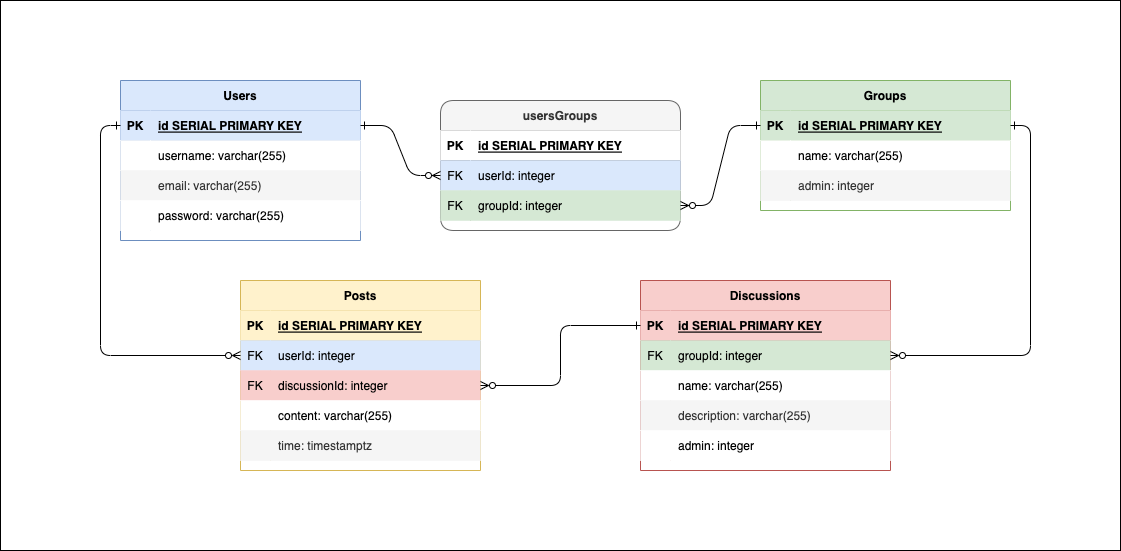
The draw.io diagram assets/ERD.drawio.png in philjang/linkup_server, before a commit. Source tidied: cells renumbered, new cells last; positions are measured from the earlier drawing's top-left corner, leaving out a move shared by most shapes.
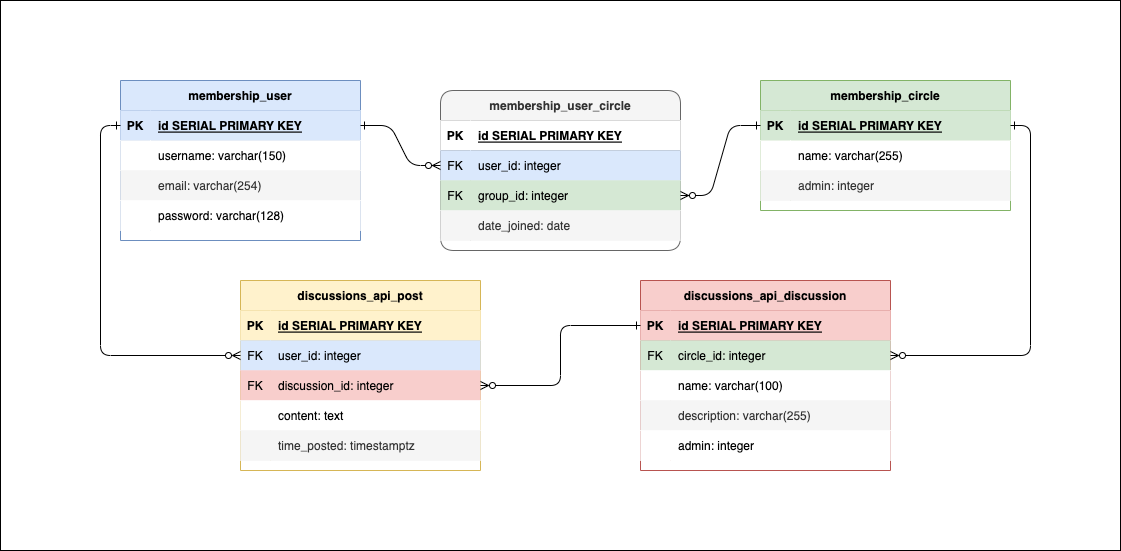
The same file after the commit.

Diff of the diagram source:
```diff
@@ -6,7 +6,7 @@
       <mxGeometry width="1120" height="550" as="geometry" />
     </mxCell>
     <mxCell id="3" parent="0" />
-    <mxCell id="4" value="Discussions" style="shape=table;startSize=30;rowLines=0;fontStyle=1;align=center;labelBackgroundColor=none;fillColor=#f8cecc;strokeColor=#b85450;" parent="3" vertex="1">
+    <mxCell id="4" value="discussions_api_discussion" style="shape=table;startSize=30;rowLines=0;fontStyle=1;align=center;labelBackgroundColor=none;fillColor=#f8cecc;strokeColor=#b85450;" parent="3" vertex="1">
       <mxGeometry x="640" y="280" width="250" height="190" as="geometry" />
     </mxCell>
     <mxCell id="5" style="shape=partialRectangle;fillColor=#f8cecc;points=[[0,0.5],[1,0.5]];portConstraint=eastwest;top=0;left=0;right=0;bottom=1;labelBackgroundColor=none;strokeColor=#b85450;" parent="4" vertex="1">
@@ -24,7 +24,7 @@
     <mxCell id="9" value="FK" style="shape=partialRectangle;overflow=hidden;fillColor=#d5e8d4;top=0;left=0;bottom=0;right=0;labelBackgroundColor=none;strokeColor=#82b366;" parent="8" vertex="1">
       <mxGeometry width="30" height="30" as="geometry" />
     </mxCell>
-    <mxCell id="10" value="groupId: integer" style="shape=partialRectangle;overflow=hidden;fillColor=#d5e8d4;top=0;left=0;bottom=0;right=0;align=left;spacingLeft=6;labelBackgroundColor=none;strokeColor=#82b366;" parent="8" vertex="1">
+    <mxCell id="10" value="circle_id: integer" style="shape=partialRectangle;overflow=hidden;fillColor=#d5e8d4;top=0;left=0;bottom=0;right=0;align=left;spacingLeft=6;labelBackgroundColor=none;strokeColor=#82b366;" parent="8" vertex="1">
       <mxGeometry x="30" width="220" height="30" as="geometry" />
     </mxCell>
     <mxCell id="11" style="shape=tableRow;horizontal=0;startSize=0;swimlaneHead=0;swimlaneBody=0;top=0;left=0;right=0;bottom=0;rounded=1;shadow=0;labelBackgroundColor=none;" parent="4" vertex="1">
@@ -33,7 +33,7 @@
     <mxCell id="12" style="shape=partialRectangle;top=0;left=0;bottom=0;right=0;overflow=hidden;rounded=1;shadow=0;labelBackgroundColor=none;" parent="11" vertex="1">
       <mxGeometry width="30" height="30" as="geometry" />
     </mxCell>
-    <mxCell id="13" value="name: varchar(255)" style="shape=partialRectangle;top=0;left=0;bottom=0;right=0;align=left;spacingLeft=6;overflow=hidden;rounded=1;shadow=0;labelBackgroundColor=none;" parent="11" vertex="1">
+    <mxCell id="13" value="name: varchar(100)" style="shape=partialRectangle;top=0;left=0;bottom=0;right=0;align=left;spacingLeft=6;overflow=hidden;rounded=1;shadow=0;labelBackgroundColor=none;" parent="11" vertex="1">
       <mxGeometry x="30" width="220" height="30" as="geometry" />
     </mxCell>
     <mxCell id="14" style="shape=partialRectangle;fillColor=#f5f5f5;top=0;left=0;right=0;bottom=0;labelBackgroundColor=none;fontColor=#333333;strokeColor=#666666;" parent="4" vertex="1">
@@ -54,7 +54,7 @@
     <mxCell id="19" value="admin: integer" style="shape=partialRectangle;top=0;left=0;bottom=0;right=0;align=left;spacingLeft=6;overflow=hidden;rounded=1;shadow=0;labelBackgroundColor=none;" parent="17" vertex="1">
       <mxGeometry x="30" width="220" height="30" as="geometry" />
     </mxCell>
-    <mxCell id="20" value="Posts" style="shape=table;startSize=30;rowLines=0;fontStyle=1;align=center;labelBackgroundColor=none;fillColor=#fff2cc;strokeColor=#d6b656;" parent="3" vertex="1">
+    <mxCell id="20" value="discussions_api_post" style="shape=table;startSize=30;rowLines=0;fontStyle=1;align=center;labelBackgroundColor=none;fillColor=#fff2cc;strokeColor=#d6b656;" parent="3" vertex="1">
       <mxGeometry x="240" y="280" width="240" height="190" as="geometry" />
     </mxCell>
     <mxCell id="21" style="shape=partialRectangle;fillColor=#fff2cc;top=0;left=0;right=0;bottom=1;labelBackgroundColor=none;strokeColor=#d6b656;" parent="20" vertex="1">
@@ -72,7 +72,7 @@
     <mxCell id="25" value="FK" style="shape=partialRectangle;overflow=hidden;fillColor=#dae8fc;top=0;left=0;bottom=0;right=0;labelBackgroundColor=none;strokeColor=#6c8ebf;" parent="24" vertex="1">
       <mxGeometry width="30" height="30" as="geometry" />
     </mxCell>
-    <mxCell id="26" value="userId: integer" style="shape=partialRectangle;overflow=hidden;fillColor=#dae8fc;top=0;left=0;bottom=0;right=0;align=left;spacingLeft=6;labelBackgroundColor=none;strokeColor=#6c8ebf;" parent="24" vertex="1">
+    <mxCell id="26" value="user_id: integer" style="shape=partialRectangle;overflow=hidden;fillColor=#dae8fc;top=0;left=0;bottom=0;right=0;align=left;spacingLeft=6;labelBackgroundColor=none;strokeColor=#6c8ebf;" parent="24" vertex="1">
       <mxGeometry x="30" width="210" height="30" as="geometry" />
     </mxCell>
     <mxCell id="27" style="shape=partialRectangle;fillColor=#f8cecc;points=[[0,0.5],[1,0.5]];portConstraint=eastwest;top=0;left=0;right=0;bottom=0;labelBackgroundColor=none;strokeColor=#b85450;" parent="20" vertex="1">
@@ -81,7 +81,7 @@
     <mxCell id="28" value="FK" style="shape=partialRectangle;overflow=hidden;fillColor=#f8cecc;top=0;left=0;bottom=0;right=0;labelBackgroundColor=none;strokeColor=#b85450;" parent="27" vertex="1">
       <mxGeometry width="30" height="30" as="geometry" />
     </mxCell>
-    <mxCell id="29" value="discussionId: integer" style="shape=partialRectangle;overflow=hidden;fillColor=#f8cecc;top=0;left=0;bottom=0;right=0;align=left;spacingLeft=6;labelBackgroundColor=none;strokeColor=#b85450;" parent="27" vertex="1">
+    <mxCell id="29" value="discussion_id: integer" style="shape=partialRectangle;overflow=hidden;fillColor=#f8cecc;top=0;left=0;bottom=0;right=0;align=left;spacingLeft=6;labelBackgroundColor=none;strokeColor=#b85450;" parent="27" vertex="1">
       <mxGeometry x="30" width="210" height="30" as="geometry" />
     </mxCell>
     <mxCell id="30" style="shape=partialRectangle;top=0;left=0;right=0;bottom=0;labelBackgroundColor=none;" parent="20" vertex="1">
@@ -90,7 +90,7 @@
     <mxCell id="31" style="shape=partialRectangle;overflow=hidden;top=0;left=0;bottom=0;right=0;labelBackgroundColor=none;" parent="30" vertex="1">
       <mxGeometry width="30" height="30" as="geometry" />
     </mxCell>
-    <mxCell id="32" value="content: varchar(255)" style="shape=partialRectangle;overflow=hidden;top=0;left=0;bottom=0;right=0;align=left;spacingLeft=6;labelBackgroundColor=none;" parent="30" vertex="1">
+    <mxCell id="32" value="content: text" style="shape=partialRectangle;overflow=hidden;top=0;left=0;bottom=0;right=0;align=left;spacingLeft=6;labelBackgroundColor=none;" parent="30" vertex="1">
       <mxGeometry x="30" width="210" height="30" as="geometry" />
     </mxCell>
     <mxCell id="33" style="shape=tableRow;horizontal=0;startSize=0;swimlaneHead=0;swimlaneBody=0;fillColor=#f5f5f5;top=0;left=0;right=0;bottom=0;rounded=1;shadow=0;labelBackgroundColor=none;fontColor=#333333;strokeColor=#666666;" parent="20" vertex="1">
@@ -99,10 +99,10 @@
     <mxCell id="34" style="shape=partialRectangle;fillColor=#f5f5f5;top=0;left=0;bottom=0;right=0;overflow=hidden;rounded=1;shadow=0;labelBackgroundColor=none;fontColor=#333333;strokeColor=#666666;" parent="33" vertex="1">
       <mxGeometry width="30" height="30" as="geometry" />
     </mxCell>
-    <mxCell id="35" value="time: timestamptz" style="shape=partialRectangle;fillColor=#f5f5f5;top=0;left=0;bottom=0;right=0;align=left;spacingLeft=6;overflow=hidden;rounded=1;shadow=0;labelBackgroundColor=none;fontColor=#333333;strokeColor=#666666;" parent="33" vertex="1">
+    <mxCell id="35" value="time_posted: timestamptz" style="shape=partialRectangle;fillColor=#f5f5f5;top=0;left=0;bottom=0;right=0;align=left;spacingLeft=6;overflow=hidden;rounded=1;shadow=0;labelBackgroundColor=none;fontColor=#333333;strokeColor=#666666;" parent="33" vertex="1">
       <mxGeometry x="30" width="210" height="30" as="geometry" />
     </mxCell>
-    <mxCell id="36" value="Users" style="shape=table;startSize=30;rowLines=0;fontStyle=1;align=center;labelBackgroundColor=none;fillColor=#dae8fc;strokeColor=#6c8ebf;" parent="3" vertex="1">
+    <mxCell id="36" value="membership_user" style="shape=table;startSize=30;rowLines=0;fontStyle=1;align=center;labelBackgroundColor=none;fillColor=#dae8fc;strokeColor=#6c8ebf;" parent="3" vertex="1">
       <mxGeometry x="120" y="80" width="240" height="160" as="geometry" />
     </mxCell>
     <mxCell id="37" style="shape=partialRectangle;fillColor=#dae8fc;points=[[0,0.5],[1,0.5]];portConstraint=eastwest;top=0;left=0;right=0;bottom=1;labelBackgroundColor=none;strokeColor=#6c8ebf;" parent="36" vertex="1">
@@ -120,7 +120,7 @@
     <mxCell id="41" style="shape=partialRectangle;overflow=hidden;top=0;left=0;bottom=0;right=0;labelBackgroundColor=none;" parent="40" vertex="1">
       <mxGeometry width="30" height="30" as="geometry" />
     </mxCell>
-    <mxCell id="42" value="username: varchar(255)" style="shape=partialRectangle;overflow=hidden;top=0;left=0;bottom=0;right=0;align=left;spacingLeft=6;labelBackgroundColor=none;" parent="40" vertex="1">
+    <mxCell id="42" value="username: varchar(150)" style="shape=partialRectangle;overflow=hidden;top=0;left=0;bottom=0;right=0;align=left;spacingLeft=6;labelBackgroundColor=none;" parent="40" vertex="1">
       <mxGeometry x="30" width="210" height="30" as="geometry" />
     </mxCell>
     <mxCell id="43" style="shape=tableRow;horizontal=0;startSize=0;swimlaneHead=0;swimlaneBody=0;fillColor=#f5f5f5;top=0;left=0;right=0;bottom=0;labelBackgroundColor=none;fontColor=#333333;strokeColor=#666666;" parent="36" vertex="1">
@@ -129,7 +129,7 @@
     <mxCell id="44" style="shape=partialRectangle;fillColor=#f5f5f5;top=0;left=0;bottom=0;right=0;overflow=hidden;labelBackgroundColor=none;fontColor=#333333;strokeColor=#666666;" parent="43" vertex="1">
       <mxGeometry width="30" height="30" as="geometry" />
     </mxCell>
-    <mxCell id="45" value="email: varchar(255)" style="shape=partialRectangle;fillColor=#f5f5f5;top=0;left=0;bottom=0;right=0;align=left;spacingLeft=6;overflow=hidden;labelBackgroundColor=none;fontColor=#333333;strokeColor=#666666;" parent="43" vertex="1">
+    <mxCell id="45" value="email: varchar(254)" style="shape=partialRectangle;fillColor=#f5f5f5;top=0;left=0;bottom=0;right=0;align=left;spacingLeft=6;overflow=hidden;labelBackgroundColor=none;fontColor=#333333;strokeColor=#666666;" parent="43" vertex="1">
       <mxGeometry x="30" width="210" height="30" as="geometry" />
     </mxCell>
     <mxCell id="46" style="shape=tableRow;horizontal=0;startSize=0;swimlaneHead=0;swimlaneBody=0;top=0;left=0;right=0;bottom=0;labelBackgroundColor=none;" parent="36" vertex="1">
@@ -138,10 +138,10 @@
     <mxCell id="47" style="shape=partialRectangle;top=0;left=0;bottom=0;right=0;overflow=hidden;labelBackgroundColor=none;" parent="46" vertex="1">
       <mxGeometry width="30" height="30" as="geometry" />
     </mxCell>
-    <mxCell id="48" value="password: varchar(255)" style="shape=partialRectangle;top=0;left=0;bottom=0;right=0;align=left;spacingLeft=6;overflow=hidden;labelBackgroundColor=none;" parent="46" vertex="1">
+    <mxCell id="48" value="password: varchar(128)" style="shape=partialRectangle;top=0;left=0;bottom=0;right=0;align=left;spacingLeft=6;overflow=hidden;labelBackgroundColor=none;" parent="46" vertex="1">
       <mxGeometry x="30" width="210" height="30" as="geometry" />
     </mxCell>
-    <mxCell id="49" value="Groups" style="shape=table;startSize=30;rowLines=0;fontStyle=1;align=center;labelBackgroundColor=none;fillColor=#d5e8d4;strokeColor=#82b366;perimeterSpacing=0;strokeWidth=1;swimlaneFillColor=none;swimlaneLine=1;sketch=0;shadow=0;rounded=0;" parent="3" vertex="1">
+    <mxCell id="49" value="membership_circle" style="shape=table;startSize=30;rowLines=0;fontStyle=1;align=center;labelBackgroundColor=none;fillColor=#d5e8d4;strokeColor=#82b366;perimeterSpacing=0;strokeWidth=1;swimlaneFillColor=none;swimlaneLine=1;sketch=0;shadow=0;rounded=0;" parent="3" vertex="1">
       <mxGeometry x="760" y="80" width="250" height="130" as="geometry" />
     </mxCell>
     <mxCell id="50" style="shape=partialRectangle;fillColor=#d5e8d4;points=[[0,0.5],[1,0.5]];portConstraint=eastwest;top=0;left=0;right=0;bottom=1;labelBackgroundColor=none;strokeColor=#82b366;" parent="49" vertex="1">
@@ -171,8 +171,8 @@
     <mxCell id="58" value="admin: integer" style="shape=partialRectangle;fillColor=#f5f5f5;top=0;left=0;bottom=0;right=0;align=left;spacingLeft=6;overflow=hidden;rounded=1;shadow=0;labelBackgroundColor=none;fontColor=#333333;strokeColor=#666666;" parent="56" vertex="1">
       <mxGeometry x="30" width="220" height="30" as="geometry" />
     </mxCell>
-    <mxCell id="59" value="usersGroups" style="shape=table;startSize=30;rowLines=0;fontStyle=1;align=center;perimeterSpacing=0;shadow=0;swimlaneLine=1;sketch=0;rounded=1;labelBackgroundColor=none;fillColor=#f5f5f5;strokeColor=#666666;fontColor=#333333;" parent="3" vertex="1">
-      <mxGeometry x="440" y="100" width="240" height="130" as="geometry" />
+    <mxCell id="59" value="membership_user_circle" style="shape=table;startSize=30;rowLines=0;fontStyle=1;align=center;perimeterSpacing=0;shadow=0;swimlaneLine=1;sketch=0;rounded=1;labelBackgroundColor=none;fillColor=#f5f5f5;strokeColor=#666666;fontColor=#333333;" parent="3" vertex="1">
+      <mxGeometry x="440" y="90" width="240" height="160" as="geometry" />
     </mxCell>
     <mxCell id="60" style="shape=tableRow;horizontal=0;startSize=0;swimlaneHead=0;swimlaneBody=0;top=0;left=0;right=0;bottom=1;perimeterSpacing=0;shadow=0;swimlaneLine=1;sketch=0;labelBackgroundColor=none;" parent="59" vertex="1">
       <mxGeometry y="30" width="240" height="30" as="geometry" />
@@ -189,7 +189,7 @@
     <mxCell id="64" value="FK" style="shape=partialRectangle;fillColor=#dae8fc;top=0;left=0;bottom=0;right=0;fontStyle=0;overflow=hidden;perimeterSpacing=0;shadow=0;swimlaneLine=1;sketch=0;labelBackgroundColor=none;strokeColor=#6c8ebf;" parent="63" vertex="1">
       <mxGeometry width="30" height="30" as="geometry" />
     </mxCell>
-    <mxCell id="65" value="userId: integer" style="shape=partialRectangle;fillColor=#dae8fc;top=0;left=0;bottom=0;right=0;align=left;spacingLeft=6;fontStyle=0;overflow=hidden;perimeterSpacing=0;shadow=0;swimlaneLine=1;sketch=0;labelBackgroundColor=none;strokeColor=#6c8ebf;" parent="63" vertex="1">
+    <mxCell id="65" value="user_id: integer" style="shape=partialRectangle;fillColor=#dae8fc;top=0;left=0;bottom=0;right=0;align=left;spacingLeft=6;fontStyle=0;overflow=hidden;perimeterSpacing=0;shadow=0;swimlaneLine=1;sketch=0;labelBackgroundColor=none;strokeColor=#6c8ebf;" parent="63" vertex="1">
       <mxGeometry x="30" width="210" height="30" as="geometry" />
     </mxCell>
     <mxCell id="66" style="shape=tableRow;horizontal=0;startSize=0;swimlaneHead=0;swimlaneBody=0;fillColor=#d5e8d4;points=[[0,0.5],[1,0.5]];portConstraint=eastwest;top=0;left=0;right=0;bottom=0;perimeterSpacing=0;shadow=0;swimlaneLine=1;sketch=0;labelBackgroundColor=none;strokeColor=#82b366;" parent="59" vertex="1">
@@ -198,9 +198,18 @@
     <mxCell id="67" value="FK" style="shape=partialRectangle;fillColor=#d5e8d4;top=0;left=0;bottom=0;right=0;fontStyle=0;overflow=hidden;perimeterSpacing=0;shadow=0;swimlaneLine=1;sketch=0;labelBackgroundColor=none;strokeColor=#82b366;" parent="66" vertex="1">
       <mxGeometry width="30" height="30" as="geometry" />
     </mxCell>
-    <mxCell id="68" value="groupId: integer" style="shape=partialRectangle;fillColor=#d5e8d4;top=0;left=0;bottom=0;right=0;align=left;spacingLeft=6;fontStyle=0;overflow=hidden;perimeterSpacing=0;shadow=0;swimlaneLine=1;sketch=0;labelBackgroundColor=none;strokeColor=#82b366;" parent="66" vertex="1">
+    <mxCell id="68" value="group_id: integer" style="shape=partialRectangle;fillColor=#d5e8d4;top=0;left=0;bottom=0;right=0;align=left;spacingLeft=6;fontStyle=0;overflow=hidden;perimeterSpacing=0;shadow=0;swimlaneLine=1;sketch=0;labelBackgroundColor=none;strokeColor=#82b366;" parent="66" vertex="1">
       <mxGeometry x="30" width="210" height="30" as="geometry" />
     </mxCell>
+    <mxCell id="74" style="shape=tableRow;horizontal=0;startSize=0;swimlaneHead=0;swimlaneBody=0;top=0;left=0;right=0;bottom=0;fillColor=#f5f5f5;fontColor=#333333;strokeColor=#666666;" parent="59" vertex="1">
+      <mxGeometry y="120" width="240" height="30" as="geometry" />
+    </mxCell>
+    <mxCell id="75" style="shape=partialRectangle;top=0;left=0;bottom=0;right=0;overflow=hidden;fillColor=#f5f5f5;fontColor=#333333;strokeColor=#666666;" parent="74" vertex="1">
+      <mxGeometry width="30" height="30" as="geometry" />
+    </mxCell>
+    <mxCell id="76" value="date_joined: date" style="shape=partialRectangle;top=0;left=0;bottom=0;right=0;align=left;spacingLeft=6;overflow=hidden;fillColor=#f5f5f5;fontColor=#333333;strokeColor=#666666;" parent="74" vertex="1">
+      <mxGeometry x="30" width="210" height="30" as="geometry" />
+    </mxCell>
     <mxCell id="69" style="edgeStyle=entityRelationEdgeStyle;endArrow=ERzeroToMany;startArrow=ERone;endFill=1;startFill=0;labelBackgroundColor=none;exitX=1;exitY=0.5;exitDx=0;exitDy=0;entryX=0;entryY=0.5;entryDx=0;entryDy=0;" parent="3" edge="1" source="37" target="63">
       <mxGeometry relative="1" as="geometry" />
     </mxCell>
```
